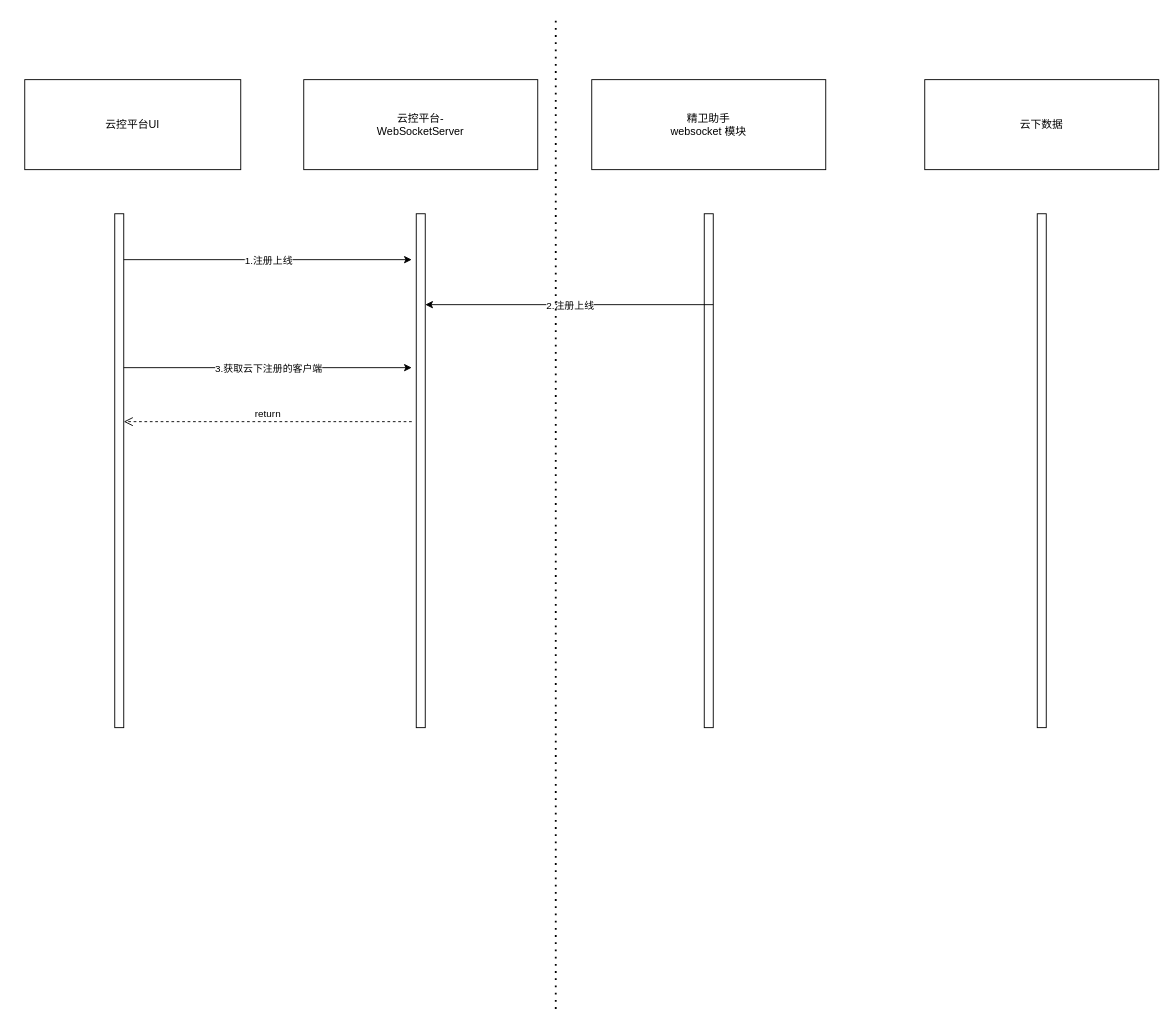
Snuger/draw keeps this draw.io diagram as 云控平台.drawio. Above is the earlier version. Source tidied: cells renumbered, new cells numbered last; positions are measured from the earlier drawing's top-left corner, leaving out a move shared by most shapes. Both pictures are drawn from the tidied source at 90%, with x=0, y=0 at pixel (24, 16).
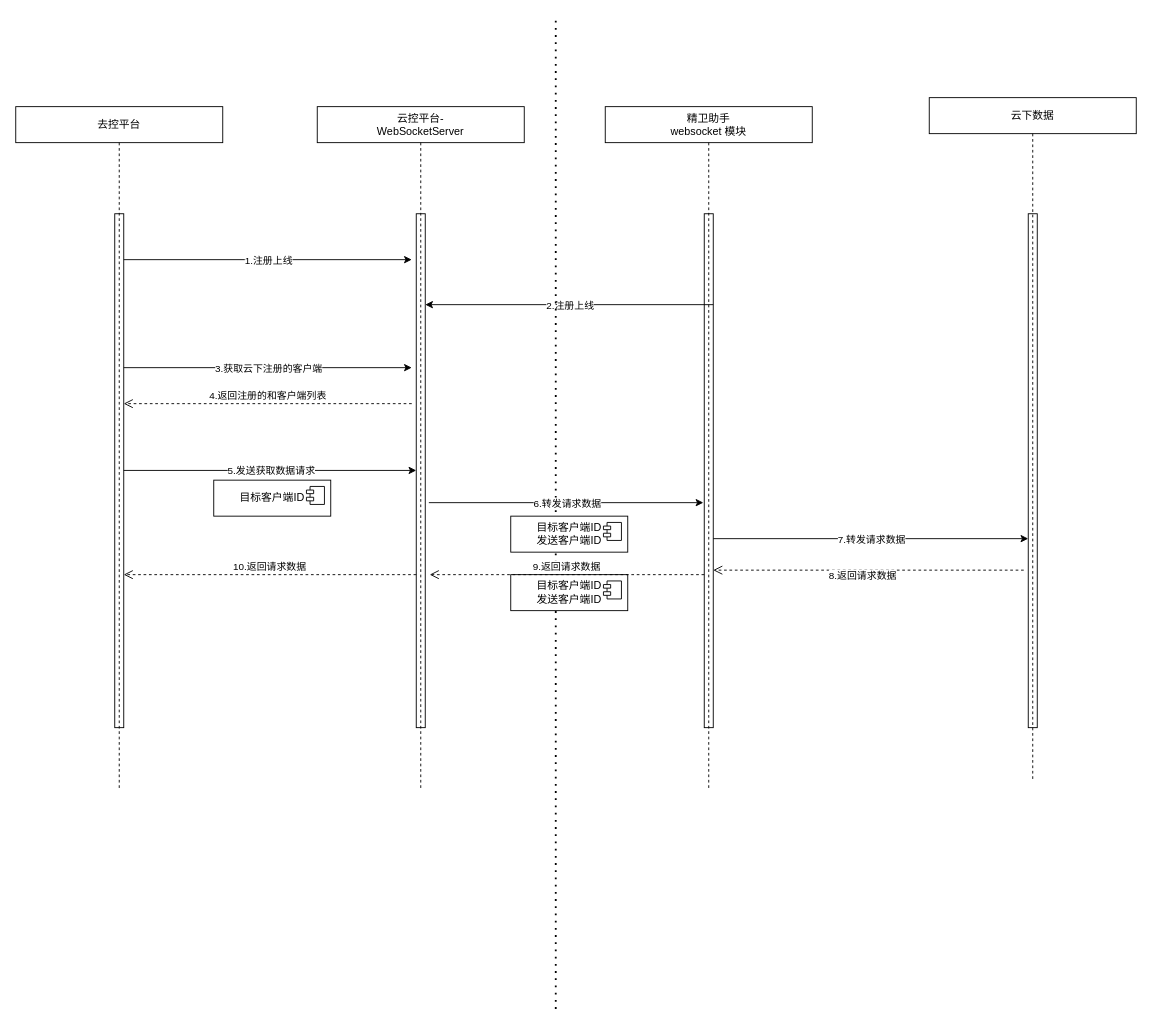
After the change.

Commit message (it also covers changes not shown here):
更新云控平台.drawio

Unchanged cells that the change refers to:
```xml
<mxCell id="6" style="html=1;points=[[0,0,0,0,5],[0,1,0,0,-5],[1,0,0,0,5],[1,1,0,0,-5]];perimeter=orthogonalPerimeter;outlineConnect=0;targetShapes=umlLifeline;portConstraint=eastwest;newEdgeStyle={&quot;curved&quot;:0,&quot;rounded&quot;:0};" parent="1" vertex="1">
  <mxGeometry x="100" y="219" width="10" height="571" as="geometry" />
</mxCell>
```

What changed in the source:
```diff
@@
-    <mxCell id="2" value="云控平台UI" style="rounded=0;whiteSpace=wrap;html=1;" parent="1" vertex="1">
-      <mxGeometry y="70" width="240" height="100" as="geometry" />
-    </mxCell>
-    <mxCell id="3" value="云控平台-&lt;br&gt;WebSocketServer" style="rounded=0;whiteSpace=wrap;html=1;" parent="1" vertex="1">
-      <mxGeometry x="310" y="70" width="260" height="100" as="geometry" />
-    </mxCell>
-    <mxCell id="4" value="精卫助手&lt;br&gt;websocket&amp;nbsp;模块" style="rounded=0;whiteSpace=wrap;html=1;" parent="1" vertex="1">
-      <mxGeometry x="630" y="70" width="260" height="100" as="geometry" />
-    </mxCell>
-    <mxCell id="5" value="云下数据" style="rounded=0;whiteSpace=wrap;html=1;" parent="1" vertex="1">
-      <mxGeometry x="1000" y="70" width="260" height="100" as="geometry" />
-    </mxCell>
@@
     <mxCell id="9" style="html=1;points=[[0,0,0,0,5],[0,1,0,0,-5],[1,0,0,0,5],[1,1,0,0,-5]];perimeter=orthogonalPerimeter;outlineConnect=0;targetShapes=umlLifeline;portConstraint=eastwest;newEdgeStyle={&quot;curved&quot;:0,&quot;rounded&quot;:0};" parent="1" vertex="1">
-      <mxGeometry x="1125" y="219" width="10" height="571" as="geometry" />
+      <mxGeometry x="1115" y="219" width="10" height="571" as="geometry" />
     </mxCell>
@@
-    <mxCell id="17" value="return" style="html=1;verticalAlign=bottom;endArrow=open;dashed=1;endSize=8;curved=0;rounded=0;" parent="1" edge="1" target="6">
+    <mxCell id="17" value="4.返回注册的和客户端列表" style="html=1;verticalAlign=bottom;endArrow=open;dashed=1;endSize=8;curved=0;rounded=0;" parent="1" edge="1">
       <mxGeometry relative="1" as="geometry">
-        <mxPoint x="430" y="450" as="sourcePoint" />
+        <mxPoint x="430" y="430" as="sourcePoint" />
+        <mxPoint x="110" y="430" as="targetPoint" />
       </mxGeometry>
     </mxCell>
+    <mxCell id="18" style="endArrow=classic;html=1;rounded=0;" parent="1" edge="1" source="6">
+      <mxGeometry relative="1" as="geometry">
+        <mxPoint x="435" y="504.2" as="targetPoint" />
+      </mxGeometry>
+    </mxCell>
+    <mxCell id="19" value="5.发送获取数据请求" style="edgeLabel;html=1;align=center;verticalAlign=middle;" parent="18" vertex="1">
+      <mxGeometry relative="1" as="geometry" />
+    </mxCell>
+    <mxCell id="20" value="目标客户端ID" style="html=1;whiteSpace=wrap;" parent="1" vertex="1">
+      <mxGeometry x="210" y="515" width="130" height="40" as="geometry" />
+    </mxCell>
+    <mxCell id="21" style="shape=module;jettyWidth=8;jettyHeight=4;" parent="20" vertex="1">
+      <mxGeometry x="1" width="20" height="20" relative="1" as="geometry">
+        <mxPoint x="-27" y="7" as="offset" />
+      </mxGeometry>
+    </mxCell>
+    <mxCell id="22" style="endArrow=classic;html=1;rounded=0;" parent="1" edge="1">
+      <mxGeometry relative="1" as="geometry">
+        <mxPoint x="449" y="540" as="sourcePoint" />
+        <mxPoint x="754" y="540" as="targetPoint" />
+      </mxGeometry>
+    </mxCell>
+    <mxCell id="23" value="6.转发请求数据" style="edgeLabel;html=1;align=center;verticalAlign=middle;" parent="22" vertex="1">
+      <mxGeometry relative="1" as="geometry" />
+    </mxCell>
+    <mxCell id="24" value="目标客户端ID&lt;br&gt;发送客户端ID" style="html=1;whiteSpace=wrap;" parent="1" vertex="1">
+      <mxGeometry x="540" y="555" width="130" height="40" as="geometry" />
+    </mxCell>
+    <mxCell id="25" style="shape=module;jettyWidth=8;jettyHeight=4;" parent="24" vertex="1">
+      <mxGeometry x="1" width="20" height="20" relative="1" as="geometry">
+        <mxPoint x="-27" y="7" as="offset" />
+      </mxGeometry>
+    </mxCell>
+    <mxCell id="26" style="endArrow=classic;html=1;rounded=0;" parent="1" edge="1" target="9">
+      <mxGeometry relative="1" as="geometry">
+        <mxPoint x="765" y="580" as="sourcePoint" />
+      </mxGeometry>
+    </mxCell>
+    <mxCell id="27" value="7.转发请求数据" style="edgeLabel;html=1;align=center;verticalAlign=middle;" parent="26" vertex="1">
+      <mxGeometry relative="1" as="geometry" />
+    </mxCell>
+    <mxCell id="28" value="目标客户端ID&lt;br&gt;发送客户端ID" style="html=1;whiteSpace=wrap;" parent="1" vertex="1">
+      <mxGeometry x="540" y="620" width="130" height="40" as="geometry" />
+    </mxCell>
+    <mxCell id="29" style="shape=module;jettyWidth=8;jettyHeight=4;" parent="28" vertex="1">
+      <mxGeometry x="1" width="20" height="20" relative="1" as="geometry">
+        <mxPoint x="-27" y="7" as="offset" />
+      </mxGeometry>
+    </mxCell>
+    <mxCell id="30" value="8.返回请求数据" style="html=1;verticalAlign=bottom;endArrow=open;dashed=1;endSize=8;curved=0;rounded=0;" parent="1" edge="1">
+      <mxGeometry x="0.04" y="15" relative="1" as="geometry">
+        <mxPoint x="1110" y="615" as="sourcePoint" />
+        <mxPoint x="765" y="615" as="targetPoint" />
+      </mxGeometry>
+    </mxCell>
+    <mxCell id="31" value="9.返回请求数据" style="html=1;verticalAlign=bottom;endArrow=open;dashed=1;endSize=8;curved=0;rounded=0;" parent="1" edge="1">
+      <mxGeometry relative="1" as="geometry">
+        <mxPoint x="755" y="620" as="sourcePoint" />
+        <mxPoint x="450" y="620" as="targetPoint" />
+      </mxGeometry>
+    </mxCell>
+    <mxCell id="32" value="10.返回请求数据" style="html=1;verticalAlign=bottom;endArrow=open;dashed=1;endSize=8;curved=0;rounded=0;" parent="1" edge="1">
+      <mxGeometry relative="1" as="geometry">
+        <mxPoint x="435" y="620" as="sourcePoint" />
+        <mxPoint x="110" y="620" as="targetPoint" />
+      </mxGeometry>
+    </mxCell>
+    <mxCell id="33" value="去控平台" style="shape=umlLifeline;perimeter=lifelinePerimeter;whiteSpace=wrap;html=1;newEdgeStyle={&quot;curved&quot;:0,&quot;rounded&quot;:0};" parent="1" vertex="1">
+      <mxGeometry x="-10" y="100" width="230" height="760" as="geometry" />
+    </mxCell>
+    <mxCell id="3" value="云控平台-&lt;br style=&quot;border-color: var(--border-color);&quot;&gt;WebSocketServer" style="shape=umlLifeline;perimeter=lifelinePerimeter;whiteSpace=wrap;html=1;newEdgeStyle={&quot;curved&quot;:0,&quot;rounded&quot;:0};" parent="1" vertex="1">
+      <mxGeometry x="325" y="100" width="230" height="760" as="geometry" />
+    </mxCell>
+    <mxCell id="4" value="精卫助手&lt;br style=&quot;border-color: var(--border-color);&quot;&gt;websocket&amp;nbsp;模块" style="shape=umlLifeline;perimeter=lifelinePerimeter;whiteSpace=wrap;html=1;newEdgeStyle={&quot;curved&quot;:0,&quot;rounded&quot;:0};" parent="1" vertex="1">
+      <mxGeometry x="645" y="100" width="230" height="760" as="geometry" />
+    </mxCell>
+    <mxCell id="5" value="云下数据" style="shape=umlLifeline;perimeter=lifelinePerimeter;whiteSpace=wrap;html=1;newEdgeStyle={&quot;curved&quot;:0,&quot;rounded&quot;:0};" parent="1" vertex="1">
+      <mxGeometry x="1005" y="90" width="230" height="760" as="geometry" />
+    </mxCell>
```
